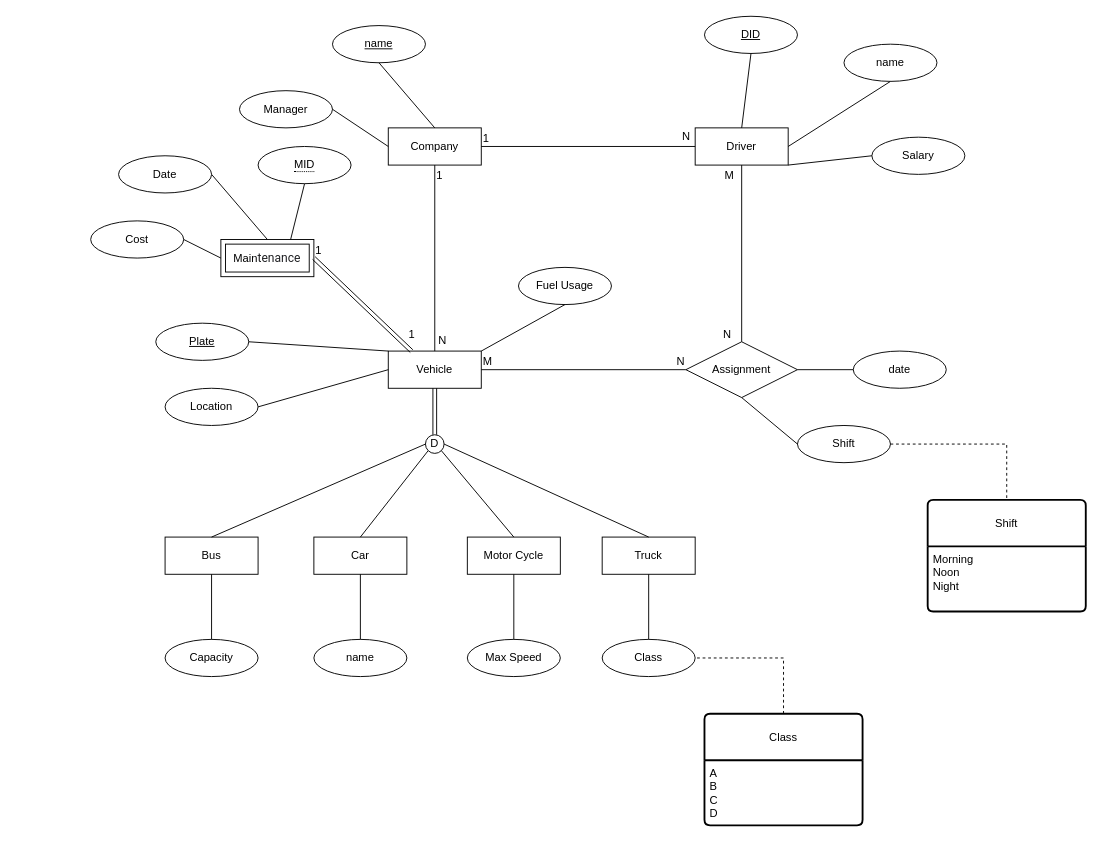
Above: ER Diagram.drawio in Shahab-Shahrashoob/Fleet-Management (draw.io), before the change. Source tidied: cells renumbered, new cells numbered last; positions are measured from the earlier drawing's top-left corner, leaving out a move shared by most shapes. Both pictures are drawn from the tidied source at 93%, with x=0, y=0 at pixel (90, 16).
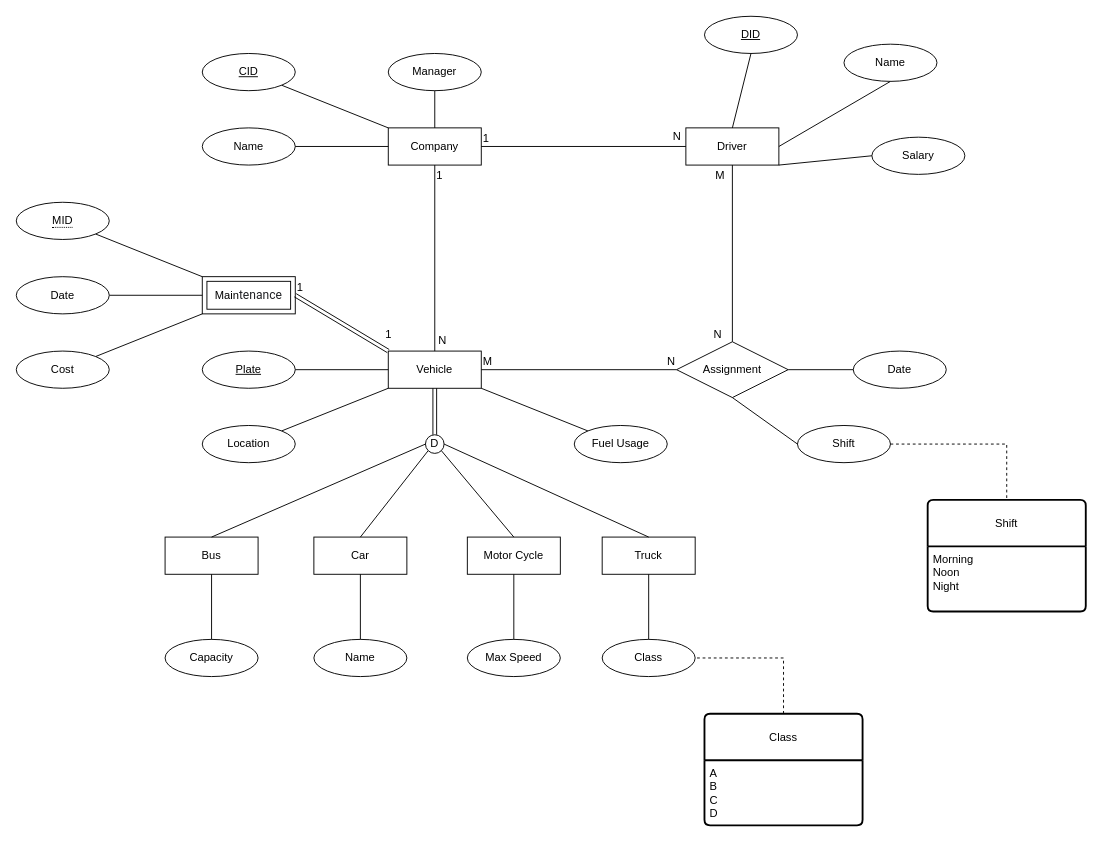
The same page after the edit.

Commit message (it also covers changes not shown here):
Companies completed

The change refers to these unchanged cells:
```xml
<mxCell id="2" value="Company" style="whiteSpace=wrap;html=1;align=center;" parent="1" vertex="1">
  <mxGeometry x="320" y="120" width="100" height="40" as="geometry" />
</mxCell>
<mxCell id="3" value="Vehicle" style="whiteSpace=wrap;html=1;align=center;" parent="1" vertex="1">
  <mxGeometry x="320" y="360" width="100" height="40" as="geometry" />
</mxCell>
```

What changed in the source:
```diff
@@
     <mxCell id="4" value="Driver" style="whiteSpace=wrap;html=1;align=center;" parent="1" vertex="1">
-      <mxGeometry x="650" y="120" width="100" height="40" as="geometry" />
+      <mxGeometry x="640" y="120" width="100" height="40" as="geometry" />
     </mxCell>
-    <mxCell id="5" value="Manager" style="ellipse;whiteSpace=wrap;html=1;align=center;" parent="1" vertex="1">
-      <mxGeometry x="160" y="80" width="100" height="40" as="geometry" />
+    <mxCell id="5" value="Name" style="ellipse;whiteSpace=wrap;html=1;align=center;" parent="1" vertex="1">
+      <mxGeometry x="120" y="120" width="100" height="40" as="geometry" />
     </mxCell>
-    <mxCell id="6" value="name" style="ellipse;whiteSpace=wrap;html=1;align=center;fontStyle=4;" parent="1" vertex="1">
-      <mxGeometry x="260" y="10" width="100" height="40" as="geometry" />
-    </mxCell>
@@
-    <mxCell id="14" value="name" style="ellipse;whiteSpace=wrap;html=1;align=center;" parent="1" vertex="1">
+    <mxCell id="14" value="Name" style="ellipse;whiteSpace=wrap;html=1;align=center;" parent="1" vertex="1">
       <mxGeometry x="810" y="30" width="100" height="40" as="geometry" />
     </mxCell>
@@
     <mxCell id="19" value="Plate" style="ellipse;whiteSpace=wrap;html=1;align=center;fontStyle=4;" parent="1" vertex="1">
-      <mxGeometry x="70" y="330" width="100" height="40" as="geometry" />
+      <mxGeometry x="120" y="360" width="100" height="40" as="geometry" />
     </mxCell>
-    <mxCell id="20" style="endArrow=none;html=1;rounded=0;exitX=1;exitY=0.5;exitDx=0;exitDy=0;entryX=0;entryY=0;entryDx=0;entryDy=0;" parent="1" edge="1" source="19" target="3">
+    <mxCell id="20" style="endArrow=none;html=1;rounded=0;exitX=1;exitY=0.5;exitDx=0;exitDy=0;entryX=0;entryY=0.5;entryDx=0;entryDy=0;" parent="1" edge="1" source="19" target="3">
       <mxGeometry relative="1" as="geometry" />
     </mxCell>
     <mxCell id="21" value="Fuel Usage" style="ellipse;whiteSpace=wrap;html=1;align=center;" parent="1" vertex="1">
-      <mxGeometry x="460" y="270" width="100" height="40" as="geometry" />
+      <mxGeometry x="520" y="440" width="100" height="40" as="geometry" />
     </mxCell>
-    <mxCell id="22" style="endArrow=none;html=1;rounded=0;exitX=0.5;exitY=1;exitDx=0;exitDy=0;entryX=0.5;entryY=0;entryDx=0;entryDy=0;" parent="1" edge="1" source="6" target="2">
-      <mxGeometry relative="1" as="geometry" />
-    </mxCell>
@@
     <mxCell id="25" value="Assignment" style="shape=rhombus;perimeter=rhombusPerimeter;whiteSpace=wrap;html=1;align=center;" parent="1" vertex="1">
-      <mxGeometry x="640" y="350" width="120" height="60" as="geometry" />
+      <mxGeometry x="630" y="350" width="120" height="60" as="geometry" />
     </mxCell>
@@
-    <mxCell id="27" value="date" style="ellipse;whiteSpace=wrap;html=1;align=center;" parent="1" vertex="1">
+    <mxCell id="27" value="Date" style="ellipse;whiteSpace=wrap;html=1;align=center;" parent="1" vertex="1">
       <mxGeometry x="820" y="360" width="100" height="40" as="geometry" />
     </mxCell>
@@
-    <mxCell id="29" style="endArrow=none;html=1;rounded=0;exitX=1;exitY=0;exitDx=0;exitDy=0;entryX=0.5;entryY=1;entryDx=0;entryDy=0;" parent="1" edge="1" source="3" target="21">
+    <mxCell id="29" style="endArrow=none;html=1;rounded=0;exitX=1;exitY=1;exitDx=0;exitDy=0;entryX=0;entryY=0;entryDx=0;entryDy=0;" parent="1" edge="1" source="3" target="21">
       <mxGeometry relative="1" as="geometry" />
     </mxCell>
     <mxCell id="30" value="Location" style="ellipse;whiteSpace=wrap;html=1;align=center;" parent="1" vertex="1">
-      <mxGeometry x="80" y="400" width="100" height="40" as="geometry" />
+      <mxGeometry x="120" y="440" width="100" height="40" as="geometry" />
     </mxCell>
-    <mxCell id="31" style="endArrow=none;html=1;rounded=0;exitX=1;exitY=0.5;exitDx=0;exitDy=0;entryX=0;entryY=0.5;entryDx=0;entryDy=0;" parent="1" edge="1" source="30" target="3">
+    <mxCell id="31" style="endArrow=none;html=1;rounded=0;exitX=1;exitY=0;exitDx=0;exitDy=0;entryX=0;entryY=1;entryDx=0;entryDy=0;" parent="1" edge="1" source="30" target="3">
       <mxGeometry relative="1" as="geometry" />
     </mxCell>
     <mxCell id="32" value="Main&lt;span style=&quot;color: rgb(32, 33, 36); font-family: Roboto, arial, sans-serif; font-size: 13px; text-align: right; white-space-collapse: preserve; background-color: rgb(255, 255, 255);&quot;&gt;tenance&lt;/span&gt;" style="shape=ext;margin=3;double=1;whiteSpace=wrap;html=1;align=center;" parent="1" vertex="1">
-      <mxGeometry x="140" y="240" width="100" height="40" as="geometry" />
+      <mxGeometry x="120" y="280" width="100" height="40" as="geometry" />
     </mxCell>
-    <mxCell id="33" style="endArrow=none;html=1;rounded=0;exitX=1;exitY=0.5;exitDx=0;exitDy=0;entryX=0.5;entryY=0;entryDx=0;entryDy=0;" parent="1" edge="1" source="34" target="32">
+    <mxCell id="33" style="endArrow=none;html=1;rounded=0;exitX=1;exitY=0.5;exitDx=0;exitDy=0;entryX=0;entryY=0.5;entryDx=0;entryDy=0;" parent="1" edge="1" source="34" target="32">
       <mxGeometry relative="1" as="geometry" />
     </mxCell>
     <mxCell id="34" value="Date" style="ellipse;whiteSpace=wrap;html=1;align=center;" parent="1" vertex="1">
-      <mxGeometry x="30" y="150" width="100" height="40" as="geometry" />
+      <mxGeometry x="-80" y="280" width="100" height="40" as="geometry" />
     </mxCell>
@@
     <mxCell id="37" value="Cost" style="ellipse;whiteSpace=wrap;html=1;align=center;" parent="1" vertex="1">
-      <mxGeometry y="220" width="100" height="40" as="geometry" />
+      <mxGeometry x="-80" y="360" width="100" height="40" as="geometry" />
     </mxCell>
-    <mxCell id="38" style="endArrow=none;html=1;rounded=0;exitX=1;exitY=0.5;exitDx=0;exitDy=0;entryX=0;entryY=0.5;entryDx=0;entryDy=0;" parent="1" edge="1" source="37" target="32">
+    <mxCell id="38" style="endArrow=none;html=1;rounded=0;exitX=1;exitY=0;exitDx=0;exitDy=0;entryX=0;entryY=1;entryDx=0;entryDy=0;" parent="1" edge="1" source="37" target="32">
       <mxGeometry relative="1" as="geometry" />
     </mxCell>
-    <mxCell id="39" style="shape=link;html=1;rounded=0;exitX=1;exitY=0.5;exitDx=0;exitDy=0;entryX=0.25;entryY=0;entryDx=0;entryDy=0;" parent="1" edge="1" source="32" target="3">
+    <mxCell id="39" style="shape=link;html=1;rounded=0;exitX=1;exitY=0.5;exitDx=0;exitDy=0;entryX=0;entryY=0;entryDx=0;entryDy=0;" parent="1" edge="1" source="32" target="3">
       <mxGeometry relative="1" as="geometry" />
     </mxCell>
@@
     <mxCell id="53" value="&lt;span style=&quot;border-bottom: 1px dotted&quot;&gt;MID&lt;/span&gt;" style="ellipse;whiteSpace=wrap;html=1;align=center;" parent="1" vertex="1">
-      <mxGeometry x="180" y="140" width="100" height="40" as="geometry" />
+      <mxGeometry x="-80" y="200" width="100" height="40" as="geometry" />
     </mxCell>
-    <mxCell id="54" style="endArrow=none;html=1;rounded=0;exitX=0.75;exitY=0;exitDx=0;exitDy=0;entryX=0.5;entryY=1;entryDx=0;entryDy=0;" parent="1" edge="1" source="32" target="53">
+    <mxCell id="54" style="endArrow=none;html=1;rounded=0;exitX=0;exitY=0;exitDx=0;exitDy=0;entryX=1;entryY=1;entryDx=0;entryDy=0;" parent="1" edge="1" source="32" target="53">
       <mxGeometry relative="1" as="geometry" />
     </mxCell>
@@
-    <mxCell id="58" value="name" style="ellipse;whiteSpace=wrap;html=1;align=center;" parent="1" vertex="1">
+    <mxCell id="58" value="Name" style="ellipse;whiteSpace=wrap;html=1;align=center;" parent="1" vertex="1">
       <mxGeometry x="240" y="670" width="100" height="40" as="geometry" />
     </mxCell>
@@
+    <mxCell id="73" value="CID" style="ellipse;whiteSpace=wrap;html=1;align=center;fontStyle=4;" parent="1" vertex="1">
+      <mxGeometry x="120" y="40" width="100" height="40" as="geometry" />
+    </mxCell>
+    <mxCell id="74" style="endArrow=none;html=1;rounded=0;exitX=1;exitY=1;exitDx=0;exitDy=0;entryX=0;entryY=0;entryDx=0;entryDy=0;" parent="1" edge="1" source="73" target="2">
+      <mxGeometry relative="1" as="geometry" />
+    </mxCell>
+    <mxCell id="75" value="Manager" style="ellipse;whiteSpace=wrap;html=1;align=center;" parent="1" vertex="1">
+      <mxGeometry x="320" y="40" width="100" height="40" as="geometry" />
+    </mxCell>
+    <mxCell id="76" style="endArrow=none;html=1;rounded=0;exitX=0.5;exitY=0;exitDx=0;exitDy=0;entryX=0.5;entryY=1;entryDx=0;entryDy=0;" parent="1" edge="1" source="2" target="75">
+      <mxGeometry relative="1" as="geometry" />
+    </mxCell>
```
